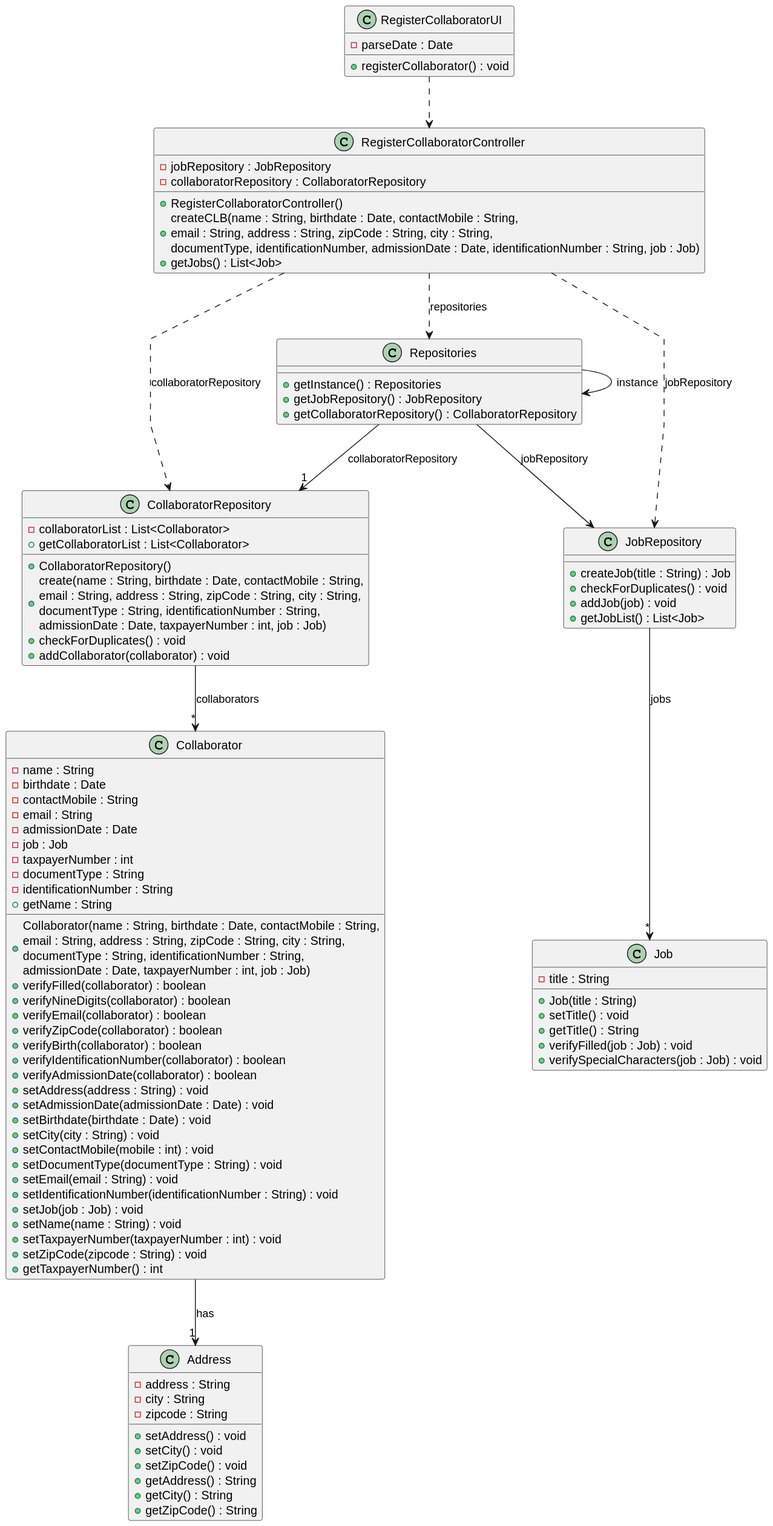
Earlier version of the PlantUML export docs/sprintB/us003/03.design/svg/us003-class-diagram.svg (ricardomm7/leaflink).
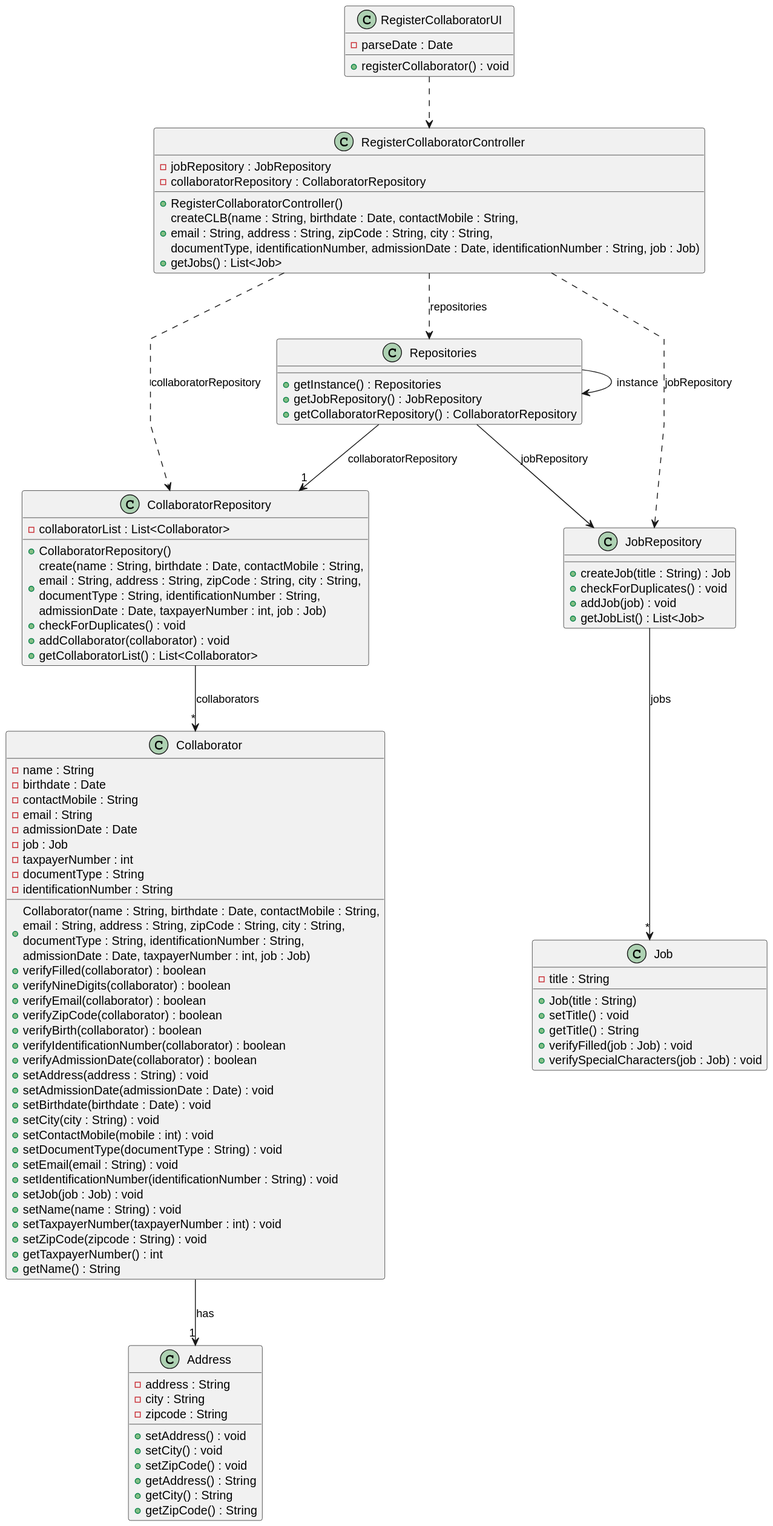
The same file after the commit.

Diff of the diagram source:
```diff
@@ -29,7 +29,7 @@
     + create(name : String, birthdate : Date, contactMobile : String,\nemail : String, address : String, zipCode : String, city : String,\ndocumentType : String, identificationNumber : String, \nadmissionDate : Date, taxpayerNumber : int, job : Job)
     + checkForDuplicates() : void
     + addCollaborator(collaborator) : void
-    + getCollaboratorList : List<Collaborator>
+    + getCollaboratorList() : List<Collaborator>
 }
 
 class JobRepository {
@@ -70,7 +70,7 @@
     +setTaxpayerNumber(taxpayerNumber : int) : void
     +setZipCode(zipcode : String) : void
     +getTaxpayerNumber() : int
-    +getName : String
+    +getName() : String
 }
 
 class Address {
```
